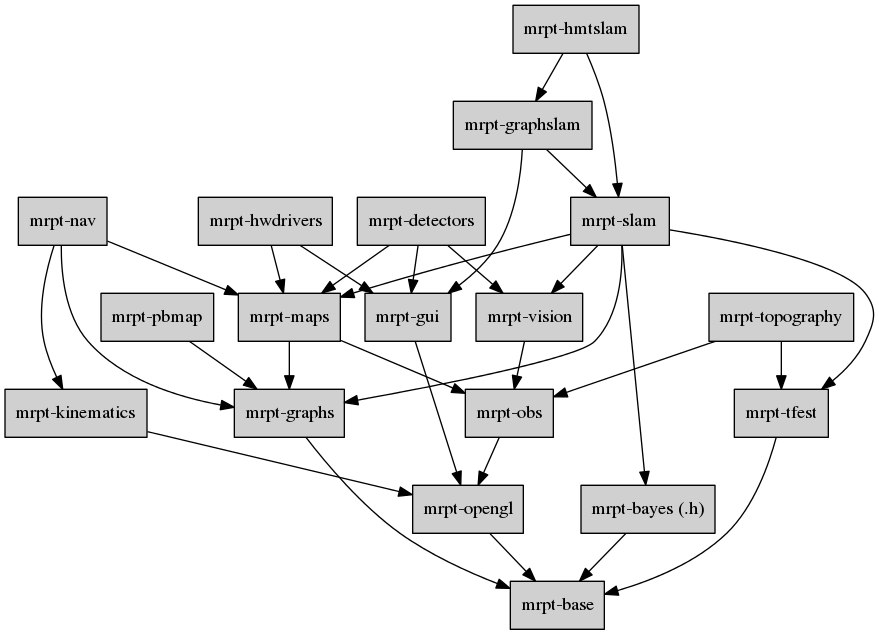
Before: doc/design_of_images/graph_mrpt_libs.png, a diagram exported from Graphviz (MRPT/mrpt). Its source is kept beside it as doc/design_of_images/graph_mrpt_libs.dot.
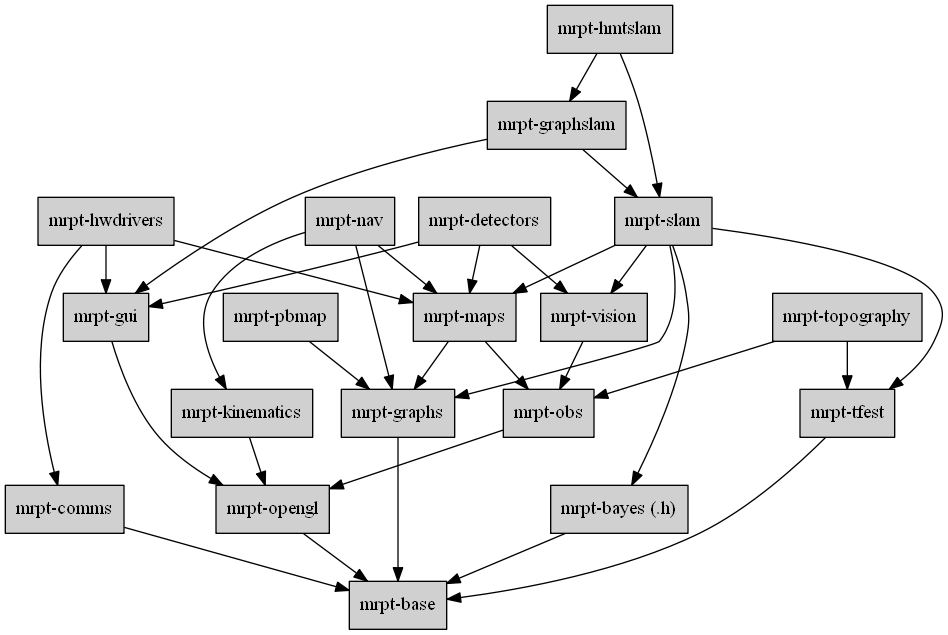
After the change.

What changed in the source:
```diff
@@ -3,6 +3,7 @@
 	node [shape=box,style=filled, fillcolor="#D0D0D0"];
 
 	base       [label="mrpt-base",URL="group__mrpt__base__grp.html"];
+	comms      [label="mrpt-comms",URL="group__mrpt__comms__grp.html"];
 	graphs     [label="mrpt-graphs",URL="group__mrpt__graphs__grp.html"];
 	bayes      [label="mrpt-bayes (.h)",URL="group__mrpt__bayes__grp.html"];
 	opengl     [label="mrpt-opengl", URL="group__mrpt__opengl__grp.html"];
@@ -32,6 +33,7 @@
 
 	graphs -> base;
 	tfest -> base;
+	comms -> base;
 
 	bayes -> base;
 
@@ -43,6 +45,7 @@
 
 	hwdrivers -> gui;
 	hwdrivers -> maps;
+	hwdrivers -> comms;
 
 	topography -> obs;
 	topography -> tfest;
```
